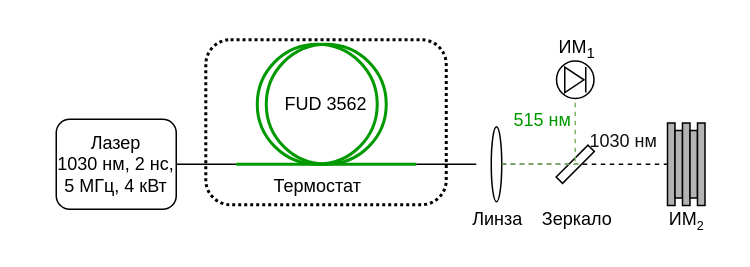
This is Presentation/images/scheme.drawio from 3dsoundfromtagan/Russian-Phd-LaTeX-Dissertation-Template, a draw.io file, before an edit. Source tidied: cells renumbered, new cells numbered last; positions are measured from the earlier drawing's top-left corner, leaving out a move shared by most shapes. Both pictures are drawn from the tidied source at 150%, with x=0, y=0 at pixel (56, 26).
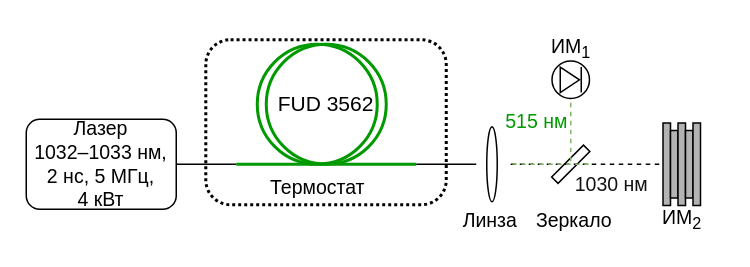
The same diagram, later.

Unchanged cells that the change refers to:
```xml
<mxCell id="14" style="rounded=0;whiteSpace=wrap;html=1;fillColor=#B3B3B3;" parent="13" vertex="1">
  <mxGeometry width="5" height="55" as="geometry" />
</mxCell>
```

What changed in the source:
```diff
@@
-    <mxCell id="3" value="Лазер&lt;div&gt;1030 нм, 2 нс, 5 МГц, 4 кВт&lt;/div&gt;" style="rounded=1;whiteSpace=wrap;html=1;" parent="1" vertex="1">
-      <mxGeometry y="62" width="80" height="60" as="geometry" />
+    <mxCell id="3" value="&lt;font style=&quot;font-size: 13px;&quot;&gt;Лазер&lt;/font&gt;&lt;div&gt;&lt;font style=&quot;font-size: 13px;&quot;&gt;1032–1033 нм,&lt;/font&gt;&lt;/div&gt;&lt;div&gt;&lt;font style=&quot;font-size: 13px;&quot;&gt;2 нс, 5 МГц,&lt;/font&gt;&lt;/div&gt;&lt;div&gt;&lt;font style=&quot;font-size: 13px;&quot;&gt;4 кВт&lt;/font&gt;&lt;/div&gt;" style="rounded=1;whiteSpace=wrap;html=1;" parent="1" vertex="1">
+      <mxGeometry x="-20" y="62" width="100" height="60" as="geometry" />
     </mxCell>
@@
-    <mxCell id="5" style="group;strokeColor=none;" parent="1" vertex="1">
+    <mxCell id="5" style="group;strokeColor=none;fontSize=18;" parent="1" vertex="1">
       <mxGeometry x="120" y="12" width="120" height="80" as="geometry" />
     </mxCell>
@@
-    <mxCell id="8" value="FUD 3562" style="ellipse;whiteSpace=wrap;html=1;fillColor=none;strokeColor=#009900;strokeWidth=2;" parent="5" vertex="1">
+    <mxCell id="8" value="&lt;font style=&quot;font-size: 14px;&quot;&gt;FUD 3562&lt;/font&gt;" style="ellipse;whiteSpace=wrap;html=1;fillColor=none;strokeColor=#009900;strokeWidth=2;" parent="5" vertex="1">
       <mxGeometry x="20" width="80" height="80" as="geometry" />
     </mxCell>
@@
     <mxCell id="10" style="ellipse;whiteSpace=wrap;html=1;verticalAlign=middle;" parent="1" vertex="1">
-      <mxGeometry x="290" y="67" width="7" height="50" as="geometry" />
+      <mxGeometry x="287" y="67" width="7" height="50" as="geometry" />
     </mxCell>
     <mxCell id="11" style="rounded=0;whiteSpace=wrap;html=1;rotation=315;" parent="1" vertex="1">
-      <mxGeometry x="331" y="89" width="30" height="6" as="geometry" />
+      <mxGeometry x="328" y="89" width="30" height="6" as="geometry" />
     </mxCell>
-    <mxCell id="12" style="endArrow=none;html=1;rounded=0;exitX=1;exitY=0.5;exitDx=0;exitDy=0;dashed=1;entryX=0;entryY=0.5;entryDx=0;entryDy=0;" parent="1" edge="1" source="10" target="14">
-      <mxGeometry relative="1" as="geometry" />
+    <mxCell id="12" style="endArrow=none;html=1;rounded=0;exitX=1;exitY=0.5;exitDx=0;exitDy=0;dashed=1;entryX=0;entryY=0.5;entryDx=0;entryDy=0;" parent="1" edge="1">
+      <mxGeometry relative="1" as="geometry">
+        <mxPoint x="303" y="92" as="sourcePoint" />
+        <mxPoint x="416.5" y="92" as="targetPoint" />
+      </mxGeometry>
     </mxCell>
     <mxCell id="13" style="group;" parent="1" vertex="1">
-      <mxGeometry x="407.5" y="64.5" width="25" height="55" as="geometry" />
+      <mxGeometry x="404.5" y="64.5" width="25" height="55" as="geometry" />
     </mxCell>
@@
     <mxCell id="19" style="endArrow=none;html=1;rounded=0;exitX=0;exitY=0.5;exitDx=0;exitDy=0;dashed=1;fillColor=#d5e8d4;strokeColor=#82b366;" parent="1" edge="1">
       <mxGeometry relative="1" as="geometry">
-        <mxPoint x="346" y="51" as="sourcePoint" />
-        <mxPoint x="346" y="92" as="targetPoint" />
+        <mxPoint x="343" y="51" as="sourcePoint" />
+        <mxPoint x="343" y="92" as="targetPoint" />
       </mxGeometry>
     </mxCell>
     <mxCell id="20" style="endArrow=none;html=1;rounded=0;exitX=1;exitY=0.5;exitDx=0;exitDy=0;dashed=1;fillColor=#d5e8d4;strokeColor=#82b366;" parent="1" edge="1">
       <mxGeometry relative="1" as="geometry">
-        <mxPoint x="297" y="91.9" as="sourcePoint" />
-        <mxPoint x="350" y="92" as="targetPoint" />
+        <mxPoint x="304" y="91.9" as="sourcePoint" />
+        <mxPoint x="357" y="92" as="targetPoint" />
       </mxGeometry>
     </mxCell>
-    <mxCell id="21" value="Линза" style="text;html=1;align=center;verticalAlign=middle;strokeColor=none;fillColor=none;" parent="1" vertex="1">
-      <mxGeometry x="263.5" y="114" width="60" height="30" as="geometry" />
+    <mxCell id="21" value="Линза" style="text;html=1;align=center;verticalAlign=middle;strokeColor=none;fillColor=none;fontSize=13;" parent="1" vertex="1">
+      <mxGeometry x="258.5" y="114" width="60" height="30" as="geometry" />
     </mxCell>
@@
-    <mxCell id="23" value="Зеркало" style="text;html=1;align=center;verticalAlign=middle;strokeColor=none;fillColor=none;" parent="1" vertex="1">
-      <mxGeometry x="312" y="114" width="70" height="30" as="geometry" />
+    <mxCell id="23" value="Зеркало" style="text;html=1;align=center;verticalAlign=middle;strokeColor=none;fillColor=none;fontSize=13;" parent="1" vertex="1">
+      <mxGeometry x="310" y="114" width="70" height="30" as="geometry" />
     </mxCell>
-    <mxCell id="24" value="ИM&lt;span style=&quot;font-size: 10px;&quot;&gt;&lt;sub&gt;2&lt;/sub&gt;&lt;/span&gt;" style="text;html=1;align=center;verticalAlign=middle;strokeColor=none;fillColor=none;" parent="1" vertex="1">
-      <mxGeometry x="395" y="114" width="50" height="30" as="geometry" />
+    <mxCell id="24" value="ИM&lt;span&gt;&lt;sub&gt;2&lt;/sub&gt;&lt;/span&gt;" style="text;html=1;align=center;verticalAlign=middle;strokeColor=none;fillColor=none;fontSize=13;" parent="1" vertex="1">
+      <mxGeometry x="392" y="114" width="50" height="30" as="geometry" />
     </mxCell>
-    <mxCell id="25" value="ИM&lt;sub&gt;1&lt;/sub&gt;" style="text;html=1;align=center;verticalAlign=middle;strokeColor=none;fillColor=none;" parent="1" vertex="1">
-      <mxGeometry x="322" width="50" height="30" as="geometry" />
+    <mxCell id="25" value="ИM&lt;sub&gt;1&lt;/sub&gt;" style="text;html=1;align=center;verticalAlign=middle;strokeColor=none;fillColor=none;fontSize=13;" parent="1" vertex="1">
+      <mxGeometry x="318" width="50" height="30" as="geometry" />
     </mxCell>
     <mxCell id="26" style="group;" parent="1" vertex="1">
-      <mxGeometry x="333.5" y="23.2" width="25" height="25" as="geometry" />
+      <mxGeometry x="330.5" y="23.2" width="25" height="25" as="geometry" />
     </mxCell>
@@
-    <mxCell id="31" value="Термостат" style="text;html=1;align=center;verticalAlign=middle;strokeColor=none;fillColor=none;" parent="1" vertex="1">
-      <mxGeometry x="134" y="92" width="80" height="30" as="geometry" />
+    <mxCell id="31" value="Термостат" style="text;html=1;align=center;verticalAlign=middle;strokeColor=none;fillColor=none;fontSize=13;" parent="1" vertex="1">
+      <mxGeometry x="129" y="92" width="90" height="30" as="geometry" />
     </mxCell>
-    <mxCell id="32" value="&lt;font style=&quot;color: rgb(0, 153, 0);&quot;&gt;515 нм&lt;/font&gt;" style="text;html=1;align=center;verticalAlign=middle;strokeColor=none;fillColor=none;" parent="1" vertex="1">
-      <mxGeometry x="293.5" y="48.2" width="60" height="30" as="geometry" />
+    <mxCell id="32" value="&lt;font style=&quot;color: rgb(0, 153, 0);&quot;&gt;515 нм&lt;/font&gt;" style="text;html=1;align=center;verticalAlign=middle;strokeColor=none;fillColor=none;fontSize=13;" parent="1" vertex="1">
+      <mxGeometry x="289.5" y="48.2" width="60" height="30" as="geometry" />
     </mxCell>
-    <mxCell id="33" value="&lt;font style=&quot;color: rgb(18, 18, 18);&quot;&gt;1030 нм&lt;/font&gt;" style="text;html=1;align=center;verticalAlign=middle;strokeColor=none;fillColor=none;" parent="1" vertex="1">
-      <mxGeometry x="342.5" y="62" width="70" height="30" as="geometry" />
+    <mxCell id="33" value="&lt;font style=&quot;color: rgb(18, 18, 18);&quot;&gt;1030 нм&lt;/font&gt;" style="text;html=1;align=center;verticalAlign=middle;strokeColor=none;fillColor=none;fontSize=13;" parent="1" vertex="1">
+      <mxGeometry x="334.5" y="89.5" width="70" height="30" as="geometry" />
     </mxCell>
```
